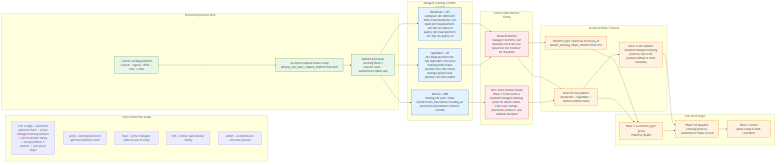
Before: docs/design/platform/dev_full/graph/readiness/dev_full_learning_mlops_readiness_delta_current_v0.mermaid.png, a diagram exported from Mermaid (EsosaOrumwese/fraud-detection-system). Its source is kept beside it as docs/design/platform/dev_full/graph/readiness/dev_full_learning_mlops_readiness_delta_current_v0.mermaid.mmd.
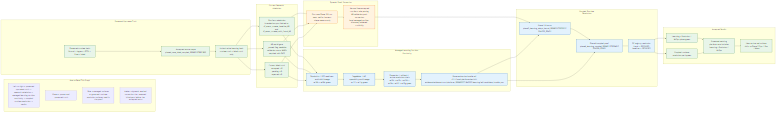
The same diagram one commit later.

Change to the diagram source:
```diff
@@ -6,40 +6,47 @@
 flowchart LR
 
   subgraph LEGEND["How to Read This Graph"]
-    L1["Left to right = promoted upstream truth -> active managed learning surfaces -> current blocker family -> accepted Phase 5 posture -> next proof target"]
-    L2["Green = already promoted upstream platform truth"]
-    L3["Blue = active managed surfaces now in scope"]
-    L4["Red = current open blocker family"]
-    L5["Amber = accepted next execution posture"]
+    L1["Left to right = promoted upstream truth -> semantic admission -> managed learning corridor continuity -> coupled runtime resolution -> verdict"]
+    L2["Green = proven and promoted truth"]
+    L3["Blue = managed surfaces or governed runtime-resolution surfaces used in the proof"]
+    L4["Amber = dynamic method correction that removed blindspots before the accepted rerun"]
   end
 
   subgraph UPSTREAM["Promoted Upstream Truth"]
-    U1["Current working platform<br>Control + Ingress + RTDL + Case + Label"]
-    U2["Accepted coupled closure scope<br>phase4_case_label_coupled_20260312T003302Z"]
-    U3["Authoritative basis entering Phase 5<br>runtime truth + authoritative labels only"]
+    U1["Promoted runtime basis<br>Control + Ingress + RTDL + Case + Label"]
+    U2["Accepted source scope<br>phase4_case_label_coupled_20260312T003302Z"]
+    U3["Authoritative learning basis<br>runtime truth + label truth only"]
   end
 
-  subgraph SURFACES["Managed Learning Corridor In Scope"]
-    S1["Databricks / OFS<br>workspace dbc-d0b53c09-b6fa.cloud.databricks.com<br>build job fraud-platform-dev-full-ofs-build-v0<br>quality job fraud-platform-dev-full-ofs-quality-v0"]
-    S2["SageMaker / MF<br>role fraud-platform-dev-full-sagemaker-execution<br>training prefix fraud-platform-dev-full-mtrain<br>package group fraud-platform-dev-full-models"]
-    S3["MLflow / MPR<br>tracking URI path /fraud-platform/dev_full/mlflow/tracking_uri<br>promotion and rollback evidence corridor"]
+  subgraph SEMANTICS["Current Semantic Admission"]
+    S1["Run-facts admission<br>intended outputs limited to s2_event_stream_baseline_6B and s3_event_stream_with_fraud_6B"]
+    S2["6B world gate<br>_passed.flag readable<br>validation status WARN<br>required rails PASS"]
+    S3["Current label truth<br>accepted > 0<br>pending = 0<br>rejected = 0"]
   end
 
-  subgraph BLOCKERS["Current Open Blocker Family"]
-    B1["Resolved blocker<br>managed telemetry and boundary truth are now pinned on live evidence for this plane"]
-    B2["Next active blocker family<br>Phase 5.B still needs a bounded managed-learning proof for dataset build, train/eval, lineage, promotion evidence, and rollback discipline"]
+  subgraph MANAGED["Managed Learning Corridor Continuity"]
+    M1["Databricks / OFS readiness and build lineage<br>m10b + m10d green"]
+    M2["SageMaker / MF operability and lineage<br>m11f + m11g green"]
+    M3["Promotion / rollback / active resolution chain<br>m12b + m12c + m12d + m12e + m12f + m12g green"]
+    M4["Governed active bundle ref<br>s3://fraud-platform-dev-full-evidence/evidence/runs/platform_20260223T184232Z/learning/mf/candidate_bundle.json"]
   end
 
-  subgraph POSTURE["Accepted Phase 5 Posture"]
-    P1["Telemetry gate closed on execution_id phase5_learning_mlops_20260312T012219Z"]
-    P2["Keep the now-pinned Databricks / SageMaker / MLflow surfaces fixed"]
-    P3["Move to the smallest bounded managed-learning proof on top of the promoted Phase 4 truth boundary"]
+  subgraph CORRECTION["Dynamic Proof Correction"]
+    C1["First new Phase 5.B run went red for harness-shape reasons only"]
+    C2["Narrow fixes accepted<br>run-facts role parsing<br>6B validation-path correction<br>local managed-artifact discovery widened truthfully"]
   end
 
-  subgraph TARGET["Next Proof Target"]
-    T1["Phase 5.A telemetry gate green<br>PHASE5A_READY"]
-    T2["Phase 5.B bounded learning proof on authoritative Phase 4 truth"]
-    T3["Phase 5 verdict<br>plane-ready or hold-remediate"]
+  subgraph COUPLED["Coupled Runtime Resolution"]
+    R1["Phase 5.B rerun<br>phase5_learning_mlops_bound_20260312T035531Z<br>PHASE5_READY"]
+    R2["Phase 6 coupled proof<br>phase6_learning_coupled_20260312T035601Z<br>PHASE6_READY"]
+    R3["DF registry resolution<br>fraud -> RESOLVED<br>baseline -> RESOLVED"]
+  end
+
+  subgraph VERDICT["Accepted Verdict"]
+    V1["Learning + Evolution / MLOps plane green"]
+    V2["Coupled runtime-resolution path green"]
+    V3["Promoted working platform now includes Learning + Evolution / MLOps"]
+    V4["Next active red surface shifts to Phase 7 Ops / Gov / Meta"]
   end
 
   U1 --> U2
@@ -47,28 +54,31 @@
   U3 --> S1
   U3 --> S2
   U3 --> S3
-
-  S1 --> B1
-  S2 --> B1
-  S3 --> B2
-
-  B1 --> P1
-  B1 --> P2
-  B2 --> P2
-  P2 --> P3
-
-  P1 --> T1
-  P2 --> T1
-  P3 --> T2
-  T1 --> T2
-  T2 --> T3
+  S1 --> C1
+  S2 --> C1
+  S3 --> C1
+  C1 --> C2
+  C2 --> R1
+  S1 --> M1
+  S2 --> M1
+  S3 --> M1
+  M1 --> M2
+  M2 --> M3
+  M3 --> M4
+  M4 --> R1
+  R1 --> R2
+  M4 --> R2
+  R2 --> R3
+  R3 --> V1
+  R3 --> V2
+  V1 --> V3
+  V2 --> V3
+  V3 --> V4
 
   classDef up fill:#e8f5e9,stroke:#2e7d32,color:#111,stroke-width:1.3px;
   classDef surface fill:#e3f2fd,stroke:#1565c0,color:#111,stroke-width:1.3px;
-  classDef defect fill:#ffebee,stroke:#c62828,color:#111,stroke-width:1.3px;
   classDef fix fill:#fff3e0,stroke:#ef6c00,color:#111,stroke-width:1.3px;
 
-  class U1,U2,U3 up;
-  class S1,S2,S3 surface;
-  class B1,B2 defect;
-  class P1,P2,P3,T1,T2,T3 fix;
+  class U1,U2,U3,S1,S2,S3,V1,V2,V3,V4 up;
+  class M1,M2,M3,M4,R1,R2,R3 surface;
+  class C1,C2 fix;
```
